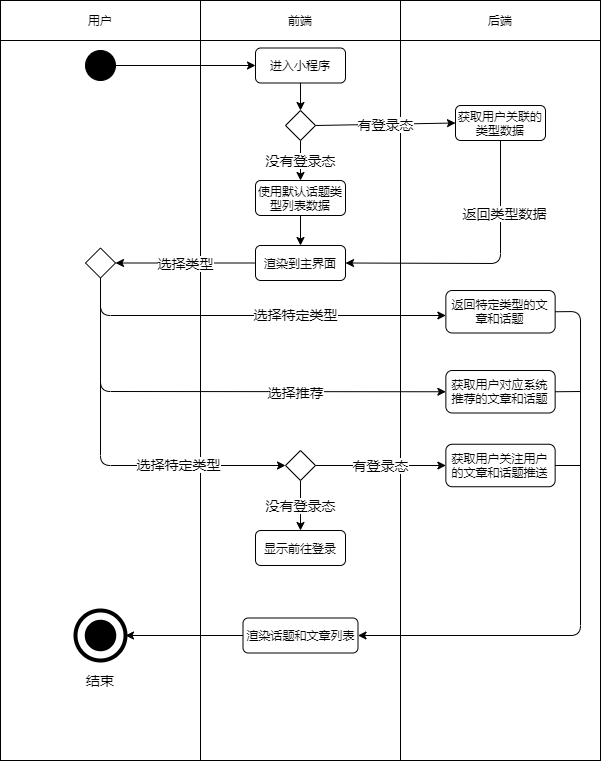
Jater0/Graduation keeps this draw.io diagram as user.bbs-browse-label.active.drawio.png. Above is the earlier version. Source tidied: cells renumbered, new cells last; positions are measured from the earlier drawing's top-left corner, leaving out a move shared by most shapes. Its diagram source:
```xml
<mxGraphModel>
  <root>
    <mxCell id="0" />
    <mxCell id="1" parent="0" />
    <mxCell id="2" style="rounded=0;whiteSpace=wrap;html=1;" parent="1" vertex="1">
      <mxGeometry x="400" y="40" width="200" height="720" as="geometry" />
    </mxCell>
    <mxCell id="3" style="rounded=0;whiteSpace=wrap;html=1;" parent="1" vertex="1">
      <mxGeometry y="40" width="200" height="720" as="geometry" />
    </mxCell>
    <mxCell id="4" style="rounded=0;whiteSpace=wrap;html=1;" parent="1" vertex="1">
      <mxGeometry x="200" y="40" width="200" height="720" as="geometry" />
    </mxCell>
    <mxCell id="5" value="用户" style="rounded=0;whiteSpace=wrap;html=1;" parent="1" vertex="1">
      <mxGeometry width="200" height="40" as="geometry" />
    </mxCell>
    <mxCell id="6" value="前端" style="rounded=0;whiteSpace=wrap;html=1;" parent="1" vertex="1">
      <mxGeometry x="200" width="200" height="40" as="geometry" />
    </mxCell>
    <mxCell id="7" value="后端" style="rounded=0;whiteSpace=wrap;html=1;" parent="1" vertex="1">
      <mxGeometry x="400" width="200" height="40" as="geometry" />
    </mxCell>
    <mxCell id="8" style="edgeStyle=orthogonalEdgeStyle;rounded=0;jettySize=auto;html=1;entryX=0;entryY=0.5;entryDx=0;entryDy=0;" parent="1" edge="1" source="9" target="11">
      <mxGeometry relative="1" as="geometry" />
    </mxCell>
    <mxCell id="9" style="ellipse;whiteSpace=wrap;html=1;background=black;strokeColor=#030303;fillColor=#000000;" parent="1" vertex="1">
      <mxGeometry x="85" y="50" width="30" height="30" as="geometry" />
    </mxCell>
    <mxCell id="10" style="edgeStyle=orthogonalEdgeStyle;rounded=0;jettySize=auto;html=1;exitX=0.5;exitY=1;exitDx=0;exitDy=0;entryX=0.5;entryY=0;entryDx=0;entryDy=0;fontSize=14;" parent="1" edge="1" source="11" target="16">
      <mxGeometry relative="1" as="geometry" />
    </mxCell>
    <mxCell id="11" value="进入小程序" style="rounded=1;whiteSpace=wrap;html=1;" parent="1" vertex="1">
      <mxGeometry x="255" y="47.5" width="90" height="35" as="geometry" />
    </mxCell>
    <mxCell id="12" style="ellipse;whiteSpace=wrap;html=1;rounded=1;strokeColor=#000000;strokeWidth=4;fillColor=none;gradientColor=none;fontSize=14;" parent="1" vertex="1">
      <mxGeometry x="75" y="610" width="50" height="50" as="geometry" />
    </mxCell>
    <mxCell id="13" style="ellipse;whiteSpace=wrap;html=1;rounded=1;strokeWidth=4;fontSize=14;fillColor=#000000;" parent="1" vertex="1">
      <mxGeometry x="86.2" y="621.2" width="27.5" height="27.5" as="geometry" />
    </mxCell>
    <mxCell id="14" value="结束" style="text;html=1;strokeColor=none;fillColor=none;align=center;verticalAlign=middle;whiteSpace=wrap;rounded=0;fontSize=14;" parent="1" vertex="1">
      <mxGeometry x="80" y="670" width="40" height="20" as="geometry" />
    </mxCell>
    <mxCell id="15" value="没有登录态" style="edgeStyle=orthogonalEdgeStyle;rounded=0;jettySize=auto;html=1;exitX=0.5;exitY=1;exitDx=0;exitDy=0;fontSize=14;" parent="1" edge="1" source="16" target="20">
      <mxGeometry relative="1" as="geometry" />
    </mxCell>
    <mxCell id="16" style="rhombus;whiteSpace=wrap;html=1;" parent="1" vertex="1">
      <mxGeometry x="285" y="110" width="30" height="30" as="geometry" />
    </mxCell>
    <mxCell id="17" value="有登录态" style="endArrow=classic;html=1;exitX=1;exitY=0.5;exitDx=0;exitDy=0;entryX=0;entryY=0.5;entryDx=0;entryDy=0;fontSize=14;" parent="1" edge="1" source="16" target="18">
      <mxGeometry relative="1" as="geometry" />
    </mxCell>
    <mxCell id="18" value="获取用户关联的类型数据" style="rounded=1;whiteSpace=wrap;html=1;" parent="1" vertex="1">
      <mxGeometry x="455" y="105" width="90" height="35" as="geometry" />
    </mxCell>
    <mxCell id="19" style="edgeStyle=orthogonalEdgeStyle;rounded=0;jettySize=auto;html=1;exitX=0.5;exitY=1;exitDx=0;exitDy=0;entryX=0.5;entryY=0;entryDx=0;entryDy=0;fontSize=14;" parent="1" edge="1" source="20" target="28">
      <mxGeometry relative="1" as="geometry" />
    </mxCell>
    <mxCell id="20" value="使用默认话题类型列表数据" style="rounded=1;whiteSpace=wrap;html=1;" parent="1" vertex="1">
      <mxGeometry x="255" y="180" width="90" height="35" as="geometry" />
    </mxCell>
    <mxCell id="21" style="rhombus;whiteSpace=wrap;html=1;" parent="1" vertex="1">
      <mxGeometry x="85" y="247.5" width="30" height="30" as="geometry" />
    </mxCell>
    <mxCell id="22" style="endArrow=classic;html=1;fontSize=14;exitX=0.5;exitY=1;exitDx=0;exitDy=0;entryX=0;entryY=0.5;entryDx=0;entryDy=0;" parent="1" edge="1" source="21">
      <mxGeometry relative="1" as="geometry">
        <mxPoint x="445.4" y="315" as="targetPoint" />
        <Array as="points">
          <mxPoint x="100" y="315" />
        </Array>
      </mxGeometry>
    </mxCell>
    <mxCell id="23" value="选择特定类型" style="edgeLabel;html=1;align=center;verticalAlign=middle;fontSize=14;" parent="22" vertex="1">
      <mxGeometry x="0.21" y="2" relative="1" as="geometry">
        <mxPoint x="1" as="offset" />
      </mxGeometry>
    </mxCell>
    <mxCell id="24" value="获取用户对应系统推荐的文章和话题" style="rounded=1;whiteSpace=wrap;html=1;" parent="1" vertex="1">
      <mxGeometry x="445.4" y="370" width="109.3" height="42.5" as="geometry" />
    </mxCell>
    <mxCell id="25" style="endArrow=classic;html=1;fontSize=14;entryX=0;entryY=0.5;entryDx=0;entryDy=0;" parent="1" edge="1" target="24">
      <mxGeometry relative="1" as="geometry">
        <mxPoint x="100" y="280" as="sourcePoint" />
        <Array as="points">
          <mxPoint x="100" y="391" />
        </Array>
      </mxGeometry>
    </mxCell>
    <mxCell id="26" value="选择推荐" style="edgeLabel;html=1;align=center;verticalAlign=middle;fontSize=14;" parent="25" vertex="1">
      <mxGeometry x="0.34" relative="1" as="geometry" />
    </mxCell>
    <mxCell id="27" value="选择类型" style="edgeStyle=orthogonalEdgeStyle;rounded=0;jettySize=auto;html=1;exitX=0;exitY=0.5;exitDx=0;exitDy=0;entryX=1;entryY=0.5;entryDx=0;entryDy=0;fontSize=14;" parent="1" edge="1" source="28" target="21">
      <mxGeometry relative="1" as="geometry" />
    </mxCell>
    <mxCell id="28" value="渲染到主界面" style="rounded=1;whiteSpace=wrap;html=1;" parent="1" vertex="1">
      <mxGeometry x="255" y="245" width="90" height="35" as="geometry" />
    </mxCell>
    <mxCell id="29" style="endArrow=classic;html=1;fontSize=14;exitX=0.5;exitY=1;exitDx=0;exitDy=0;entryX=1;entryY=0.5;entryDx=0;entryDy=0;" parent="1" edge="1" source="18" target="28">
      <mxGeometry relative="1" as="geometry">
        <Array as="points">
          <mxPoint x="500" y="263" />
        </Array>
      </mxGeometry>
    </mxCell>
    <mxCell id="30" value="返回类型数据" style="edgeLabel;html=1;align=center;verticalAlign=middle;fontSize=14;" parent="29" vertex="1">
      <mxGeometry x="-0.48" y="3" relative="1" as="geometry" />
    </mxCell>
    <mxCell id="31" style="endArrow=classic;html=1;fontSize=14;entryX=0;entryY=0.5;entryDx=0;entryDy=0;" parent="1" edge="1" target="35">
      <mxGeometry relative="1" as="geometry">
        <mxPoint x="100" y="280" as="sourcePoint" />
        <Array as="points">
          <mxPoint x="100" y="465" />
        </Array>
      </mxGeometry>
    </mxCell>
    <mxCell id="32" value="选择特定类型" style="edgeLabel;html=1;align=center;verticalAlign=middle;fontSize=14;" parent="31" vertex="1">
      <mxGeometry x="0.42" y="2" relative="1" as="geometry" />
    </mxCell>
    <mxCell id="33" value="有登录态" style="edgeStyle=orthogonalEdgeStyle;rounded=0;jettySize=auto;html=1;exitX=1;exitY=0.5;exitDx=0;exitDy=0;entryX=0;entryY=0.5;entryDx=0;entryDy=0;fontSize=14;" parent="1" edge="1" source="35" target="37">
      <mxGeometry relative="1" as="geometry" />
    </mxCell>
    <mxCell id="34" value="没有登录态" style="edgeStyle=orthogonalEdgeStyle;rounded=0;jettySize=auto;html=1;exitX=0.5;exitY=1;exitDx=0;exitDy=0;entryX=0.5;entryY=0;entryDx=0;entryDy=0;fontSize=14;" parent="1" edge="1" source="35" target="38">
      <mxGeometry relative="1" as="geometry" />
    </mxCell>
    <mxCell id="35" style="rhombus;whiteSpace=wrap;html=1;" parent="1" vertex="1">
      <mxGeometry x="285" y="450" width="30" height="30" as="geometry" />
    </mxCell>
    <mxCell id="36" value="返回特定类型的文章和话题" style="rounded=1;whiteSpace=wrap;html=1;" parent="1" vertex="1">
      <mxGeometry x="445.4" y="290" width="109.3" height="42.5" as="geometry" />
    </mxCell>
    <mxCell id="37" value="获取用户关注用户的文章和话题推送" style="rounded=1;whiteSpace=wrap;html=1;" parent="1" vertex="1">
      <mxGeometry x="445.4" y="443.8" width="109.3" height="42.5" as="geometry" />
    </mxCell>
    <mxCell id="38" value="显示前往登录" style="rounded=1;whiteSpace=wrap;html=1;" parent="1" vertex="1">
      <mxGeometry x="255" y="530" width="90" height="35" as="geometry" />
    </mxCell>
    <mxCell id="39" style="edgeStyle=orthogonalEdgeStyle;rounded=0;jettySize=auto;html=1;exitX=0;exitY=0.5;exitDx=0;exitDy=0;entryX=1;entryY=0.5;entryDx=0;entryDy=0;fontSize=14;" parent="1" edge="1" source="40" target="12">
      <mxGeometry relative="1" as="geometry" />
    </mxCell>
    <mxCell id="40" value="渲染话题和文章列表" style="rounded=1;whiteSpace=wrap;html=1;" parent="1" vertex="1">
      <mxGeometry x="242.5" y="617.5" width="115" height="35" as="geometry" />
    </mxCell>
    <mxCell id="41" style="endArrow=classic;html=1;fontSize=14;exitX=1;exitY=0.5;exitDx=0;exitDy=0;entryX=1;entryY=0.5;entryDx=0;entryDy=0;" parent="1" edge="1" source="36" target="40">
      <mxGeometry relative="1" as="geometry">
        <Array as="points">
          <mxPoint x="580" y="311" />
          <mxPoint x="580" y="635" />
        </Array>
      </mxGeometry>
    </mxCell>
    <mxCell id="42" style="endArrow=none;html=1;fontSize=14;exitX=1;exitY=0.5;exitDx=0;exitDy=0;" parent="1" edge="1" source="24">
      <mxGeometry relative="1" as="geometry">
        <mxPoint x="580" y="391" as="targetPoint" />
      </mxGeometry>
    </mxCell>
    <mxCell id="43" style="endArrow=none;html=1;fontSize=14;exitX=1;exitY=0.5;exitDx=0;exitDy=0;" parent="1" edge="1" source="37">
      <mxGeometry relative="1" as="geometry">
        <mxPoint x="580" y="465" as="targetPoint" />
      </mxGeometry>
    </mxCell>
  </root>
</mxGraphModel>
```
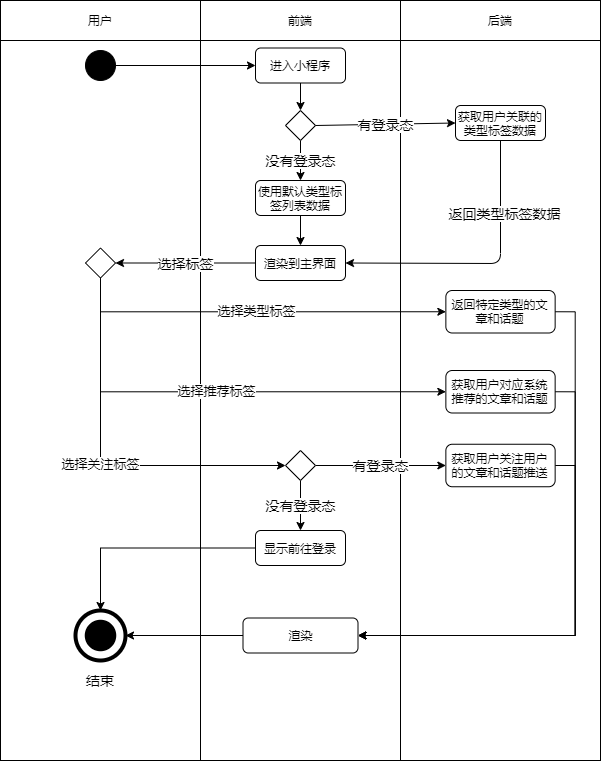
The same file after the commit.

What changed in the source:
```diff
@@ -50,46 +50,34 @@
     <mxCell id="17" value="有登录态" style="endArrow=classic;html=1;exitX=1;exitY=0.5;exitDx=0;exitDy=0;entryX=0;entryY=0.5;entryDx=0;entryDy=0;fontSize=14;" parent="1" edge="1" source="16" target="18">
       <mxGeometry relative="1" as="geometry" />
     </mxCell>
-    <mxCell id="18" value="获取用户关联的类型数据" style="rounded=1;whiteSpace=wrap;html=1;" parent="1" vertex="1">
+    <mxCell id="18" value="获取用户关联的类型标签数据" style="rounded=1;whiteSpace=wrap;html=1;" parent="1" vertex="1">
       <mxGeometry x="455" y="105" width="90" height="35" as="geometry" />
     </mxCell>
     <mxCell id="19" style="edgeStyle=orthogonalEdgeStyle;rounded=0;jettySize=auto;html=1;exitX=0.5;exitY=1;exitDx=0;exitDy=0;entryX=0.5;entryY=0;entryDx=0;entryDy=0;fontSize=14;" parent="1" edge="1" source="20" target="28">
       <mxGeometry relative="1" as="geometry" />
     </mxCell>
-    <mxCell id="20" value="使用默认话题类型列表数据" style="rounded=1;whiteSpace=wrap;html=1;" parent="1" vertex="1">
+    <mxCell id="20" value="使用默认类型标签列表数据" style="rounded=1;whiteSpace=wrap;html=1;" parent="1" vertex="1">
       <mxGeometry x="255" y="180" width="90" height="35" as="geometry" />
     </mxCell>
+    <mxCell id="44" value="选择关注标签" style="edgeStyle=orthogonalEdgeStyle;rounded=0;jettySize=auto;html=1;exitX=0.5;exitY=1;exitDx=0;exitDy=0;entryX=0;entryY=0.5;entryDx=0;entryDy=0;fontSize=13;" parent="1" edge="1" source="21" target="35">
+      <mxGeometry relative="1" as="geometry" />
+    </mxCell>
+    <mxCell id="45" value="选择推荐标签" style="edgeStyle=orthogonalEdgeStyle;rounded=0;jettySize=auto;html=1;exitX=0.5;exitY=1;exitDx=0;exitDy=0;entryX=0;entryY=0.5;entryDx=0;entryDy=0;fontSize=13;" parent="1" edge="1" source="21" target="24">
+      <mxGeometry relative="1" as="geometry" />
+    </mxCell>
+    <mxCell id="46" value="选择类型标签" style="edgeStyle=orthogonalEdgeStyle;rounded=0;jettySize=auto;html=1;exitX=0.5;exitY=1;exitDx=0;exitDy=0;entryX=0;entryY=0.5;entryDx=0;entryDy=0;fontSize=13;" parent="1" edge="1" source="21" target="36">
+      <mxGeometry relative="1" as="geometry" />
+    </mxCell>
     <mxCell id="21" style="rhombus;whiteSpace=wrap;html=1;" parent="1" vertex="1">
       <mxGeometry x="85" y="247.5" width="30" height="30" as="geometry" />
     </mxCell>
-    <mxCell id="22" style="endArrow=classic;html=1;fontSize=14;exitX=0.5;exitY=1;exitDx=0;exitDy=0;entryX=0;entryY=0.5;entryDx=0;entryDy=0;" parent="1" edge="1" source="21">
-      <mxGeometry relative="1" as="geometry">
-        <mxPoint x="445.4" y="315" as="targetPoint" />
-        <Array as="points">
-          <mxPoint x="100" y="315" />
-        </Array>
-      </mxGeometry>
-    </mxCell>
-    <mxCell id="23" value="选择特定类型" style="edgeLabel;html=1;align=center;verticalAlign=middle;fontSize=14;" parent="22" vertex="1">
-      <mxGeometry x="0.21" y="2" relative="1" as="geometry">
-        <mxPoint x="1" as="offset" />
-      </mxGeometry>
-    </mxCell>
+    <mxCell id="47" style="edgeStyle=orthogonalEdgeStyle;rounded=0;jettySize=auto;html=1;exitX=1;exitY=0.5;exitDx=0;exitDy=0;entryX=1;entryY=0.5;entryDx=0;entryDy=0;" parent="1" edge="1" source="24" target="40">
+      <mxGeometry relative="1" as="geometry" />
+    </mxCell>
     <mxCell id="24" value="获取用户对应系统推荐的文章和话题" style="rounded=1;whiteSpace=wrap;html=1;" parent="1" vertex="1">
       <mxGeometry x="445.4" y="370" width="109.3" height="42.5" as="geometry" />
     </mxCell>
-    <mxCell id="25" style="endArrow=classic;html=1;fontSize=14;entryX=0;entryY=0.5;entryDx=0;entryDy=0;" parent="1" edge="1" target="24">
-      <mxGeometry relative="1" as="geometry">
-        <mxPoint x="100" y="280" as="sourcePoint" />
-        <Array as="points">
-          <mxPoint x="100" y="391" />
-        </Array>
-      </mxGeometry>
-    </mxCell>
-    <mxCell id="26" value="选择推荐" style="edgeLabel;html=1;align=center;verticalAlign=middle;fontSize=14;" parent="25" vertex="1">
-      <mxGeometry x="0.34" relative="1" as="geometry" />
-    </mxCell>
-    <mxCell id="27" value="选择类型" style="edgeStyle=orthogonalEdgeStyle;rounded=0;jettySize=auto;html=1;exitX=0;exitY=0.5;exitDx=0;exitDy=0;entryX=1;entryY=0.5;entryDx=0;entryDy=0;fontSize=14;" parent="1" edge="1" source="28" target="21">
+    <mxCell id="27" value="选择标签" style="edgeStyle=orthogonalEdgeStyle;rounded=0;jettySize=auto;html=1;exitX=0;exitY=0.5;exitDx=0;exitDy=0;entryX=1;entryY=0.5;entryDx=0;entryDy=0;fontSize=14;" parent="1" edge="1" source="28" target="21">
       <mxGeometry relative="1" as="geometry" />
     </mxCell>
     <mxCell id="28" value="渲染到主界面" style="rounded=1;whiteSpace=wrap;html=1;" parent="1" vertex="1">
@@ -102,20 +90,9 @@
         </Array>
       </mxGeometry>
     </mxCell>
-    <mxCell id="30" value="返回类型数据" style="edgeLabel;html=1;align=center;verticalAlign=middle;fontSize=14;" parent="29" vertex="1">
+    <mxCell id="30" value="返回类型标签数据" style="edgeLabel;html=1;align=center;verticalAlign=middle;fontSize=14;" parent="29" vertex="1">
       <mxGeometry x="-0.48" y="3" relative="1" as="geometry" />
     </mxCell>
-    <mxCell id="31" style="endArrow=classic;html=1;fontSize=14;entryX=0;entryY=0.5;entryDx=0;entryDy=0;" parent="1" edge="1" target="35">
-      <mxGeometry relative="1" as="geometry">
-        <mxPoint x="100" y="280" as="sourcePoint" />
-        <Array as="points">
-          <mxPoint x="100" y="465" />
-        </Array>
-      </mxGeometry>
-    </mxCell>
-    <mxCell id="32" value="选择特定类型" style="edgeLabel;html=1;align=center;verticalAlign=middle;fontSize=14;" parent="31" vertex="1">
-      <mxGeometry x="0.42" y="2" relative="1" as="geometry" />
-    </mxCell>
     <mxCell id="33" value="有登录态" style="edgeStyle=orthogonalEdgeStyle;rounded=0;jettySize=auto;html=1;exitX=1;exitY=0.5;exitDx=0;exitDy=0;entryX=0;entryY=0.5;entryDx=0;entryDy=0;fontSize=14;" parent="1" edge="1" source="35" target="37">
       <mxGeometry relative="1" as="geometry" />
     </mxCell>
@@ -125,38 +102,29 @@
     <mxCell id="35" style="rhombus;whiteSpace=wrap;html=1;" parent="1" vertex="1">
       <mxGeometry x="285" y="450" width="30" height="30" as="geometry" />
     </mxCell>
+    <mxCell id="41" style="edgeStyle=orthogonalEdgeStyle;rounded=0;jettySize=auto;html=1;exitX=1;exitY=0.5;exitDx=0;exitDy=0;entryX=1;entryY=0.5;entryDx=0;entryDy=0;" parent="1" edge="1" source="36" target="40">
+      <mxGeometry relative="1" as="geometry" />
+    </mxCell>
     <mxCell id="36" value="返回特定类型的文章和话题" style="rounded=1;whiteSpace=wrap;html=1;" parent="1" vertex="1">
       <mxGeometry x="445.4" y="290" width="109.3" height="42.5" as="geometry" />
     </mxCell>
+    <mxCell id="48" style="edgeStyle=orthogonalEdgeStyle;rounded=0;jettySize=auto;html=1;exitX=1;exitY=0.5;exitDx=0;exitDy=0;entryX=1;entryY=0.5;entryDx=0;entryDy=0;" parent="1" edge="1" source="37" target="40">
+      <mxGeometry relative="1" as="geometry" />
+    </mxCell>
     <mxCell id="37" value="获取用户关注用户的文章和话题推送" style="rounded=1;whiteSpace=wrap;html=1;" parent="1" vertex="1">
       <mxGeometry x="445.4" y="443.8" width="109.3" height="42.5" as="geometry" />
     </mxCell>
+    <mxCell id="49" style="edgeStyle=orthogonalEdgeStyle;rounded=0;jettySize=auto;html=1;exitX=0;exitY=0.5;exitDx=0;exitDy=0;entryX=0.5;entryY=0;entryDx=0;entryDy=0;" parent="1" edge="1" source="38" target="12">
+      <mxGeometry relative="1" as="geometry" />
+    </mxCell>
     <mxCell id="38" value="显示前往登录" style="rounded=1;whiteSpace=wrap;html=1;" parent="1" vertex="1">
       <mxGeometry x="255" y="530" width="90" height="35" as="geometry" />
     </mxCell>
     <mxCell id="39" style="edgeStyle=orthogonalEdgeStyle;rounded=0;jettySize=auto;html=1;exitX=0;exitY=0.5;exitDx=0;exitDy=0;entryX=1;entryY=0.5;entryDx=0;entryDy=0;fontSize=14;" parent="1" edge="1" source="40" target="12">
       <mxGeometry relative="1" as="geometry" />
     </mxCell>
-    <mxCell id="40" value="渲染话题和文章列表" style="rounded=1;whiteSpace=wrap;html=1;" parent="1" vertex="1">
+    <mxCell id="40" value="渲染" style="rounded=1;whiteSpace=wrap;html=1;" parent="1" vertex="1">
       <mxGeometry x="242.5" y="617.5" width="115" height="35" as="geometry" />
     </mxCell>
-    <mxCell id="41" style="endArrow=classic;html=1;fontSize=14;exitX=1;exitY=0.5;exitDx=0;exitDy=0;entryX=1;entryY=0.5;entryDx=0;entryDy=0;" parent="1" edge="1" source="36" target="40">
-      <mxGeometry relative="1" as="geometry">
-        <Array as="points">
-          <mxPoint x="580" y="311" />
-          <mxPoint x="580" y="635" />
-        </Array>
-      </mxGeometry>
-    </mxCell>
-    <mxCell id="42" style="endArrow=none;html=1;fontSize=14;exitX=1;exitY=0.5;exitDx=0;exitDy=0;" parent="1" edge="1" source="24">
-      <mxGeometry relative="1" as="geometry">
-        <mxPoint x="580" y="391" as="targetPoint" />
-      </mxGeometry>
-    </mxCell>
-    <mxCell id="43" style="endArrow=none;html=1;fontSize=14;exitX=1;exitY=0.5;exitDx=0;exitDy=0;" parent="1" edge="1" source="37">
-      <mxGeometry relative="1" as="geometry">
-        <mxPoint x="580" y="465" as="targetPoint" />
-      </mxGeometry>
-    </mxCell>
   </root>
 </mxGraphModel>
```
